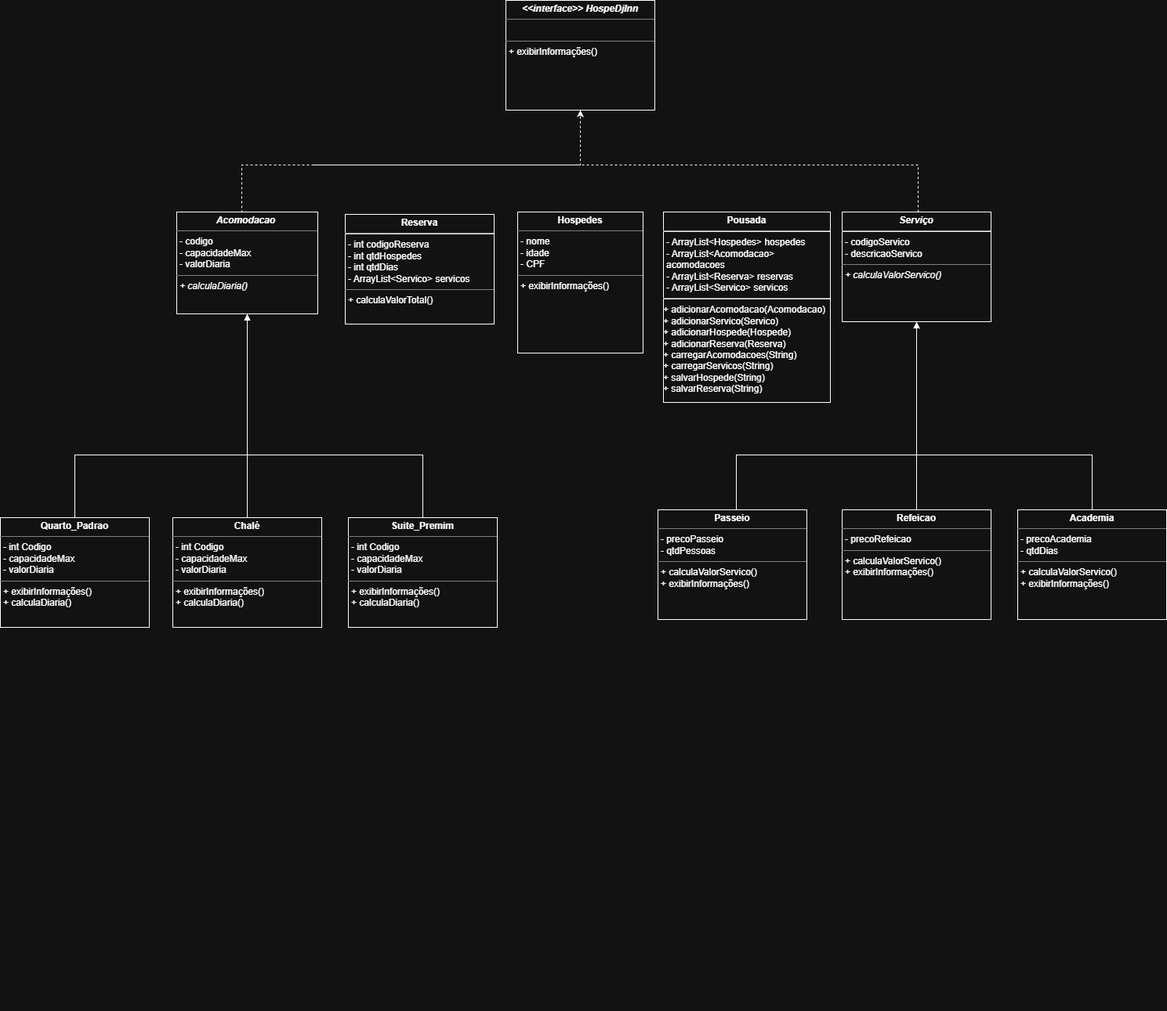
Earlier version of the draw.io export UML/HospeDjInn.drawio.png (Lucas-CC-UFFS/trabalho_2). Source tidied: cells renumbered, new cells last; positions are measured from the earlier drawing's top-left corner, leaving out a move shared by most shapes.
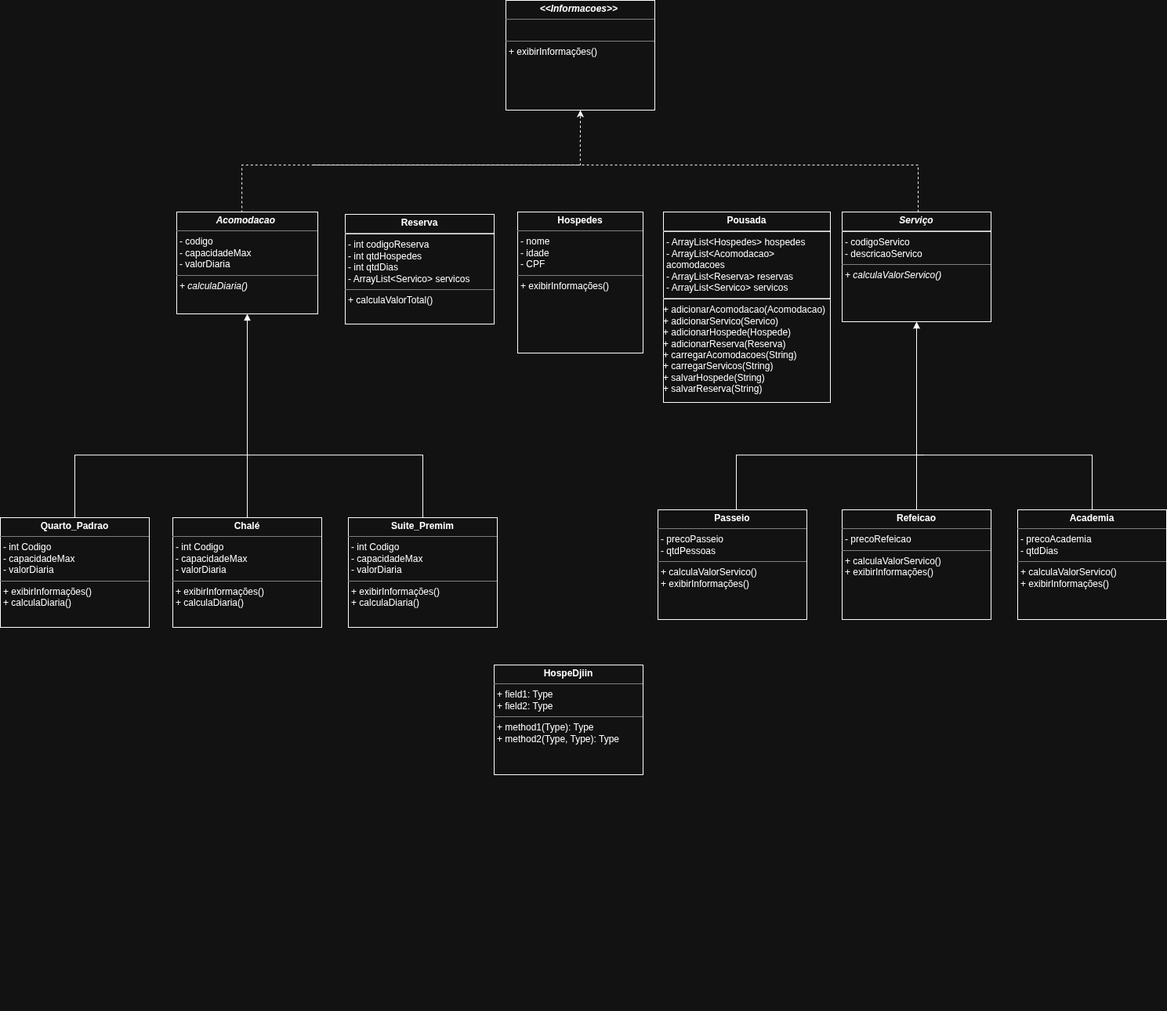
Later version of the same file.

Diff of the diagram source:
```diff
@@ -39,7 +39,7 @@
     <mxCell id="10" value="&lt;p style=&quot;margin:0px;margin-top:4px;text-align:center;&quot;&gt;&lt;b&gt;&lt;i&gt;Serviço&lt;/i&gt;&lt;/b&gt;&lt;/p&gt;&lt;hr&gt;&lt;p style=&quot;margin: 0px 0px 0px 4px;&quot;&gt;- codigoServico&lt;br&gt;&lt;/p&gt;&lt;p style=&quot;margin: 0px 0px 0px 4px;&quot;&gt;- descricaoServico&lt;/p&gt;&lt;hr size=&quot;1&quot; style=&quot;border-style:solid;&quot;&gt;&lt;p style=&quot;margin:0px;margin-left:4px;&quot;&gt;&lt;i&gt;+ calculaValorServico()&lt;/i&gt;&lt;/p&gt;&lt;p style=&quot;margin:0px;margin-left:4px;&quot;&gt;&lt;br&gt;&lt;/p&gt;" style="verticalAlign=top;align=left;overflow=fill;html=1;whiteSpace=wrap;" parent="1" vertex="1">
       <mxGeometry x="1074" y="270" width="190" height="140" as="geometry" />
     </mxCell>
-    <mxCell id="11" value="&lt;p style=&quot;margin:0px;margin-top:4px;text-align:center;&quot;&gt;&lt;b&gt;&lt;i&gt;&amp;lt;&amp;lt;interface&amp;gt;&amp;gt; HospeDjInn&lt;/i&gt;&lt;/b&gt;&lt;/p&gt;&lt;hr size=&quot;1&quot; style=&quot;border-style:solid;&quot;&gt;&lt;p style=&quot;margin: 0px 0px 0px 4px;&quot;&gt;&lt;br&gt;&lt;/p&gt;&lt;hr size=&quot;1&quot; style=&quot;border-style:solid;&quot;&gt;&lt;p style=&quot;margin:0px;margin-left:4px;&quot;&gt;+ exibirInformações()&lt;/p&gt;" style="verticalAlign=top;align=left;overflow=fill;html=1;whiteSpace=wrap;" parent="1" vertex="1">
+    <mxCell id="11" value="&lt;p style=&quot;margin:0px;margin-top:4px;text-align:center;&quot;&gt;&lt;b&gt;&lt;i&gt;&amp;lt;&amp;lt;Informacoes&amp;gt;&amp;gt;&amp;nbsp;&lt;/i&gt;&lt;/b&gt;&lt;/p&gt;&lt;hr size=&quot;1&quot; style=&quot;border-style:solid;&quot;&gt;&lt;p style=&quot;margin: 0px 0px 0px 4px;&quot;&gt;&lt;br&gt;&lt;/p&gt;&lt;hr size=&quot;1&quot; style=&quot;border-style:solid;&quot;&gt;&lt;p style=&quot;margin:0px;margin-left:4px;&quot;&gt;+ exibirInformações()&lt;/p&gt;" style="verticalAlign=top;align=left;overflow=fill;html=1;whiteSpace=wrap;" parent="1" vertex="1">
       <mxGeometry x="645" width="190" height="140" as="geometry" />
     </mxCell>
     <mxCell id="12" style="endArrow=classic;html=1;rounded=0;exitX=0.5;exitY=0;exitDx=0;exitDy=0;edgeStyle=orthogonalEdgeStyle;entryX=0.5;entryY=1;entryDx=0;entryDy=0;dashed=1;" parent="1" edge="1" source="3" target="11">
@@ -114,5 +114,8 @@
         <mxPoint x="370" y="1280" as="targetPoint" />
       </mxGeometry>
     </mxCell>
+    <mxCell id="25" value="&lt;p style=&quot;margin:0px;margin-top:4px;text-align:center;&quot;&gt;&lt;b&gt;HospeDjiin&lt;/b&gt;&lt;/p&gt;&lt;hr size=&quot;1&quot; style=&quot;border-style:solid;&quot;&gt;&lt;p style=&quot;margin:0px;margin-left:4px;&quot;&gt;+ field1: Type&lt;br&gt;+ field2: Type&lt;/p&gt;&lt;hr size=&quot;1&quot; style=&quot;border-style:solid;&quot;&gt;&lt;p style=&quot;margin:0px;margin-left:4px;&quot;&gt;+ method1(Type): Type&lt;br&gt;+ method2(Type, Type): Type&lt;/p&gt;" style="verticalAlign=top;align=left;overflow=fill;html=1;whiteSpace=wrap;" parent="1" vertex="1">
+      <mxGeometry x="630" y="848" width="190" height="140" as="geometry" />
+    </mxCell>
   </root>
 </mxGraphModel>
```
